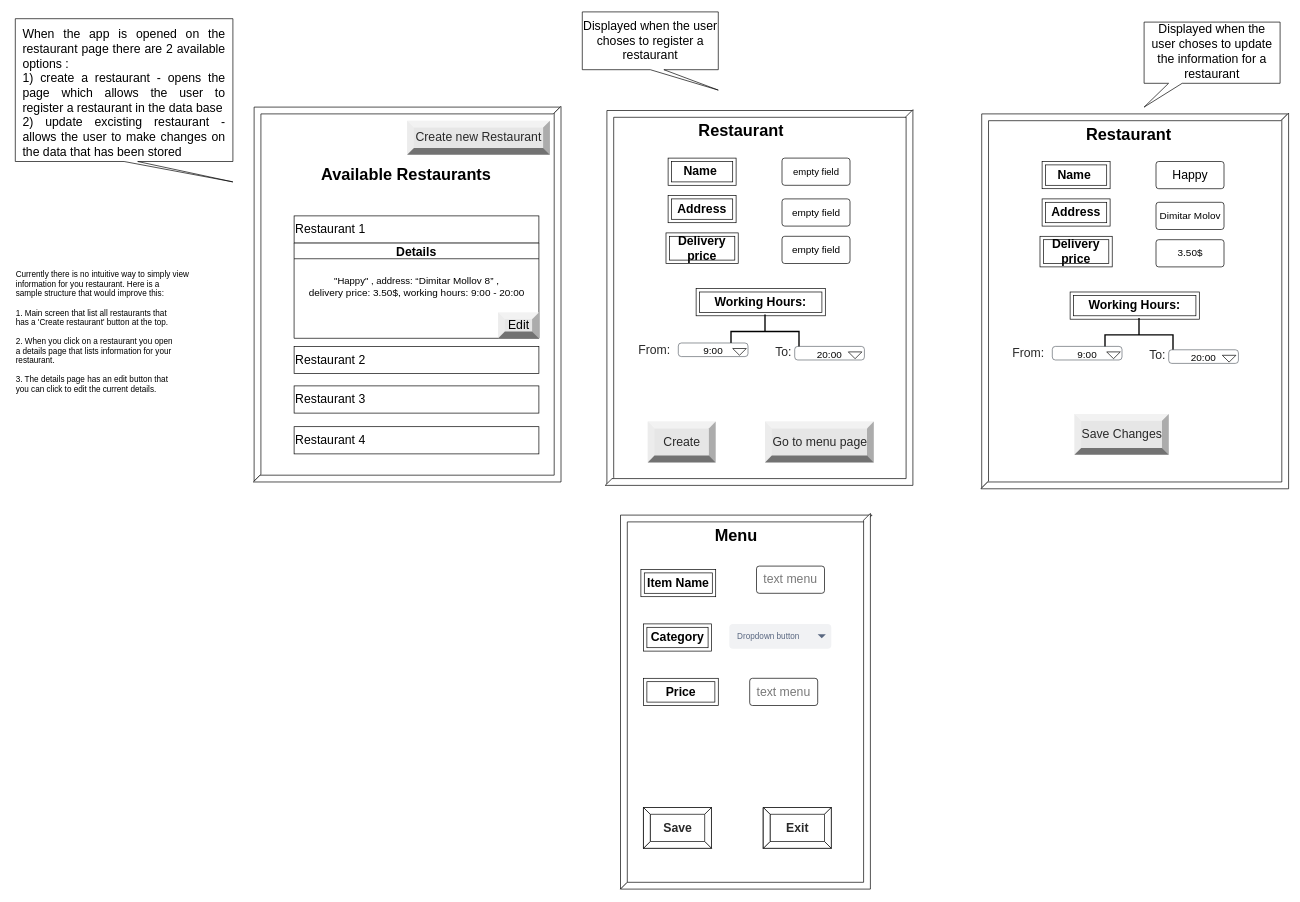
Uber-Summer-Practice-Sofia-2022/uber-summer-practice-docs-faq keeps this draw.io diagram as page "UI (Restaurant mangement)" (3 of 7) of docs/model+ui+endpoints.drawio. Above is the earlier version. Source tidied: cells renumbered, new cells numbered last; positions are measured from the earlier drawing's top-left corner, leaving out a move shared by most shapes. Both pictures are drawn from the tidied source at 68%, with x=0, y=0 at pixel (12, 12).
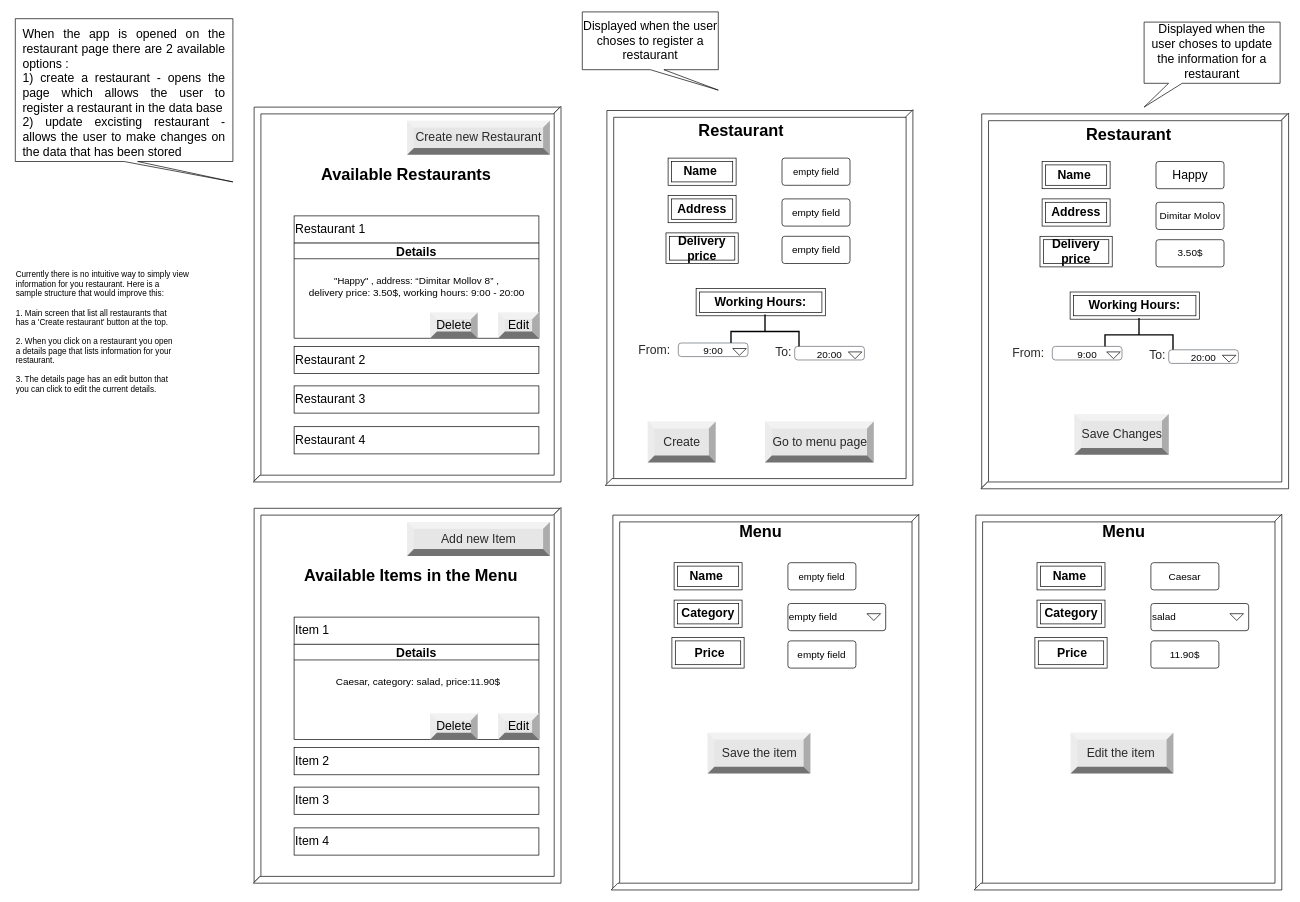
The same page after the edit.

Unchanged cells that the change refers to:
```xml
<mxCell id="25" value="Details" style="swimlane;fontSize=18;" parent="1" vertex="1">
  <mxGeometry x="415" y="340" width="360" height="140" as="geometry" />
</mxCell>
```

Change to the diagram source:
```diff
@@
-    <mxCell id="2" value="&lt;h1&gt;Menu&lt;/h1&gt;" style="text;html=1;strokeColor=none;fillColor=none;spacing=5;spacingTop=-20;whiteSpace=wrap;overflow=hidden;rounded=0;" parent="1" vertex="1">
-      <mxGeometry x="1028.8" y="750" width="190" height="120" as="geometry" />
-    </mxCell>
-    <mxCell id="3" value="&lt;b&gt;&lt;font style=&quot;font-size: 18px;&quot;&gt;Item Name&lt;/font&gt;&lt;/b&gt;" style="shape=ext;margin=3;double=1;whiteSpace=wrap;html=1;align=center;" parent="1" vertex="1">
-      <mxGeometry x="925" y="820" width="110" height="40" as="geometry" />
-    </mxCell>
-    <mxCell id="4" value="&lt;font color=&quot;#787878&quot;&gt;text menu&lt;/font&gt;" style="rounded=1;arcSize=10;whiteSpace=wrap;html=1;align=center;fontSize=18;" parent="1" vertex="1">
-      <mxGeometry x="1095" y="815" width="100" height="40" as="geometry" />
-    </mxCell>
-    <mxCell id="5" value="&lt;b&gt;&lt;font style=&quot;font-size: 18px;&quot;&gt;Category&lt;/font&gt;&lt;/b&gt;" style="shape=ext;margin=3;double=1;whiteSpace=wrap;html=1;align=center;" parent="1" vertex="1">
-      <mxGeometry x="928.8" y="900" width="100" height="40" as="geometry" />
-    </mxCell>
-    <mxCell id="6" value="&lt;font color=&quot;#292929&quot;&gt;&lt;b&gt;Save&lt;/b&gt;&lt;/font&gt;" style="labelPosition=center;verticalLabelPosition=middle;align=center;html=1;shape=mxgraph.basic.button;dx=10;fontSize=18;fontColor=#787878;" parent="1" vertex="1">
-      <mxGeometry x="928.8" y="1170" width="100" height="60" as="geometry" />
-    </mxCell>
-    <mxCell id="7" value="Dropdown button" style="rounded=1;fillColor=#F1F2F4;strokeColor=none;html=1;fontColor=#596780;align=left;fontSize=12;spacingLeft=10;sketch=0;" parent="1" vertex="1">
-      <mxGeometry x="1055" y="900" width="150" height="36.5" as="geometry" />
-    </mxCell>
-    <mxCell id="8" style="shape=triangle;direction=south;fillColor=#596780;strokeColor=none;html=1;sketch=0;fontSize=18;" parent="7" vertex="1">
-      <mxGeometry x="1" y="0.5" width="12" height="6" relative="1" as="geometry">
-        <mxPoint x="-20" y="-3" as="offset" />
-      </mxGeometry>
-    </mxCell>
-    <mxCell id="9" value="&lt;b&gt;&lt;font style=&quot;font-size: 18px;&quot;&gt;Price&lt;/font&gt;&lt;/b&gt;" style="shape=ext;margin=3;double=1;whiteSpace=wrap;html=1;align=center;" parent="1" vertex="1">
-      <mxGeometry x="928.8" y="980" width="110" height="40" as="geometry" />
-    </mxCell>
-    <mxCell id="10" value="&lt;font color=&quot;#787878&quot;&gt;text menu&lt;/font&gt;" style="rounded=1;arcSize=10;whiteSpace=wrap;html=1;align=center;fontSize=18;" parent="1" vertex="1">
-      <mxGeometry x="1085" y="980" width="100" height="40" as="geometry" />
-    </mxCell>
-    <mxCell id="11" value="&lt;font color=&quot;#292929&quot;&gt;&lt;b&gt;Exit&lt;/b&gt;&lt;/font&gt;" style="labelPosition=center;verticalLabelPosition=middle;align=center;html=1;shape=mxgraph.basic.button;dx=10;fontSize=18;fontColor=#787878;" parent="1" vertex="1">
-      <mxGeometry x="1105" y="1170" width="100" height="60" as="geometry" />
-    </mxCell>
-    <mxCell id="12" style="verticalLabelPosition=bottom;verticalAlign=top;html=1;shape=mxgraph.basic.frame_corner;dx=10;fontSize=18;fontColor=#292929;" parent="1" vertex="1">
-      <mxGeometry x="895" y="740" width="370" height="550" as="geometry" />
-    </mxCell>
-    <mxCell id="13" style="verticalLabelPosition=bottom;verticalAlign=top;html=1;shape=mxgraph.basic.frame_corner;dx=10;fontSize=18;fontColor=#292929;rotation=90;direction=south;" parent="1" vertex="1">
-      <mxGeometry x="802.5" y="830" width="552.5" height="367.5" as="geometry" />
-    </mxCell>
@@
+    <mxCell id="68" value="Delete" style="labelPosition=center;verticalLabelPosition=middle;align=center;html=1;shape=mxgraph.basic.shaded_button;dx=10;fillColor=#E6E6E6;strokeColor=none;fontSize=18;" parent="25" vertex="1">
+      <mxGeometry x="200" y="101.9" width="70" height="38.1" as="geometry" />
+    </mxCell>
@@
+    <mxCell id="69" style="verticalLabelPosition=bottom;verticalAlign=top;html=1;shape=mxgraph.basic.frame_corner;dx=10;fontSize=18;fontColor=#292929;" parent="1" vertex="1">
+      <mxGeometry x="356.2" y="730" width="450" height="550" as="geometry" />
+    </mxCell>
+    <mxCell id="70" style="verticalLabelPosition=bottom;verticalAlign=top;html=1;shape=mxgraph.basic.frame_corner;dx=10;fontSize=18;fontColor=#292929;rotation=90;direction=south;" parent="1" vertex="1">
+      <mxGeometry x="305" y="778.8" width="552.5" height="452.5" as="geometry" />
+    </mxCell>
+    <mxCell id="71" value="Add new Item" style="labelPosition=center;verticalLabelPosition=middle;align=center;html=1;shape=mxgraph.basic.shaded_button;dx=10;fillColor=#E6E6E6;strokeColor=none;fontSize=18;fontColor=#292929;" parent="1" vertex="1">
+      <mxGeometry x="581.2" y="750" width="210" height="50" as="geometry" />
+    </mxCell>
+    <mxCell id="72" value="&lt;h1&gt;Available Items in the Menu&lt;/h1&gt;" style="text;html=1;strokeColor=none;fillColor=none;spacing=5;spacingTop=-20;whiteSpace=wrap;overflow=hidden;rounded=0;" parent="1" vertex="1">
+      <mxGeometry x="425" y="810" width="330" height="40" as="geometry" />
+    </mxCell>
+    <mxCell id="73" value="&lt;span style=&quot;font-size: 18px;&quot;&gt;Item 1&lt;/span&gt;" style="whiteSpace=wrap;html=1;align=left;newEdgeStyle={&quot;edgeStyle&quot;:&quot;elbowEdgeStyle&quot;,&quot;startArrow&quot;:&quot;none&quot;,&quot;endArrow&quot;:&quot;none&quot;};fontSize=12;" parent="1" vertex="1">
+      <mxGeometry x="415" y="890" width="360" height="40" as="geometry" />
+    </mxCell>
+    <mxCell id="74" value="&lt;font style=&quot;font-size: 18px;&quot;&gt;Item 2&lt;/font&gt;" style="whiteSpace=wrap;html=1;align=left;newEdgeStyle={&quot;edgeStyle&quot;:&quot;elbowEdgeStyle&quot;,&quot;startArrow&quot;:&quot;none&quot;,&quot;endArrow&quot;:&quot;none&quot;};fontSize=12;" parent="1" vertex="1">
+      <mxGeometry x="415" y="1081.9" width="360" height="40" as="geometry" />
+    </mxCell>
+    <mxCell id="75" value="&lt;font style=&quot;font-size: 18px;&quot;&gt;Item 3&lt;/font&gt;" style="whiteSpace=wrap;html=1;align=left;newEdgeStyle={&quot;edgeStyle&quot;:&quot;elbowEdgeStyle&quot;,&quot;startArrow&quot;:&quot;none&quot;,&quot;endArrow&quot;:&quot;none&quot;};fontSize=12;" parent="1" vertex="1">
+      <mxGeometry x="415" y="1140" width="360" height="40" as="geometry" />
+    </mxCell>
+    <mxCell id="76" value="&lt;font style=&quot;font-size: 18px;&quot;&gt;Item 4&lt;/font&gt;" style="whiteSpace=wrap;html=1;align=left;newEdgeStyle={&quot;edgeStyle&quot;:&quot;elbowEdgeStyle&quot;,&quot;startArrow&quot;:&quot;none&quot;,&quot;endArrow&quot;:&quot;none&quot;};fontSize=12;" parent="1" vertex="1">
+      <mxGeometry x="415" y="1200" width="360" height="40" as="geometry" />
+    </mxCell>
+    <mxCell id="77" value="Details" style="swimlane;fontSize=18;" parent="1" vertex="1">
+      <mxGeometry x="415" y="930" width="360" height="140" as="geometry" />
+    </mxCell>
+    <mxCell id="78" value="Edit" style="labelPosition=center;verticalLabelPosition=middle;align=center;html=1;shape=mxgraph.basic.shaded_button;dx=10;fillColor=#E6E6E6;strokeColor=none;fontSize=18;" parent="77" vertex="1">
+      <mxGeometry x="300" y="101.9" width="60" height="38.1" as="geometry" />
+    </mxCell>
+    <mxCell id="79" value="&lt;span id=&quot;docs-internal-guid-0ec78fe0-7fff-4f33-53e7-db566b8ed72e&quot;&gt;&lt;p style=&quot;line-height:1.44;margin-top:0pt;margin-bottom:0pt;&quot; dir=&quot;ltr&quot;&gt;&lt;span style=&quot;font-size: 11pt; font-family: Arial; background-color: transparent; font-variant-numeric: normal; font-variant-east-asian: normal; vertical-align: baseline;&quot;&gt;&amp;nbsp;Caesar,&amp;nbsp;&lt;/span&gt;&lt;span style=&quot;background-color: transparent; font-family: Arial; font-size: 11pt;&quot;&gt;category: salad,&amp;nbsp;&lt;/span&gt;&lt;span style=&quot;background-color: transparent; font-family: Arial; font-size: 11pt;&quot;&gt;price:11.90$&lt;/span&gt;&lt;/p&gt;&lt;div&gt;&lt;span style=&quot;font-size: 11pt; font-family: Arial; background-color: transparent; font-variant-numeric: normal; font-variant-east-asian: normal; vertical-align: baseline;&quot;&gt;&lt;br&gt;&lt;/span&gt;&lt;/div&gt;&lt;/span&gt;" style="text;html=1;align=center;verticalAlign=middle;strokeColor=none;fillColor=none;fontSize=14;fontColor=#000000;" parent="77" vertex="1">
+      <mxGeometry x="45" y="40" width="270" height="50" as="geometry" />
+    </mxCell>
+    <mxCell id="80" value="Delete" style="labelPosition=center;verticalLabelPosition=middle;align=center;html=1;shape=mxgraph.basic.shaded_button;dx=10;fillColor=#E6E6E6;strokeColor=none;fontSize=18;" parent="77" vertex="1">
+      <mxGeometry x="200" y="101.9" width="70" height="38.1" as="geometry" />
+    </mxCell>
+    <mxCell id="81" value="&lt;h1&gt;Menu&lt;/h1&gt;" style="text;html=1;strokeColor=none;fillColor=none;spacing=5;spacingTop=-20;whiteSpace=wrap;overflow=hidden;rounded=0;" parent="1" vertex="1">
+      <mxGeometry x="1065" y="745" width="190" height="120" as="geometry" />
+    </mxCell>
+    <mxCell id="82" style="verticalLabelPosition=bottom;verticalAlign=top;html=1;shape=mxgraph.basic.frame_corner;dx=10;fontSize=18;fontColor=#292929;" parent="1" vertex="1">
+      <mxGeometry x="883.8" y="740" width="450" height="550" as="geometry" />
+    </mxCell>
+    <mxCell id="83" style="verticalLabelPosition=bottom;verticalAlign=top;html=1;shape=mxgraph.basic.frame_corner;dx=10;fontSize=18;fontColor=#292929;rotation=90;direction=south;" parent="1" vertex="1">
+      <mxGeometry x="831.2" y="788.8" width="552.5" height="452.5" as="geometry" />
+    </mxCell>
+    <mxCell id="84" value="Save the item" style="labelPosition=center;verticalLabelPosition=middle;align=center;html=1;shape=mxgraph.basic.shaded_button;dx=10;fillColor=#E6E6E6;strokeColor=none;fontSize=18;fontColor=#292929;" parent="1" vertex="1">
+      <mxGeometry x="1023.1" y="1060" width="151.2" height="60" as="geometry" />
+    </mxCell>
+    <mxCell id="85" value="&lt;font style=&quot;font-size: 14px;&quot;&gt;empty field&lt;/font&gt;" style="rounded=1;arcSize=10;whiteSpace=wrap;html=1;align=center;fontSize=18;" parent="1" vertex="1">
+      <mxGeometry x="1141.2" y="810" width="100" height="40" as="geometry" />
+    </mxCell>
+    <mxCell id="86" value="&lt;span style=&quot;font-size: 14.6667px;&quot; id=&quot;docs-internal-guid-691c780b-7fff-87bb-458b-9fc92f1c1fdc&quot;&gt;&lt;p style=&quot;line-height:1.44;margin-top:0pt;margin-bottom:0pt;&quot; dir=&quot;ltr&quot;&gt;&lt;font face=&quot;Arial&quot;&gt;empty field&lt;/font&gt;&lt;/p&gt;&lt;/span&gt;" style="rounded=1;arcSize=10;whiteSpace=wrap;html=1;align=left;fontSize=18;" parent="1" vertex="1">
+      <mxGeometry x="1141.2" y="870" width="143.8" height="40" as="geometry" />
+    </mxCell>
+    <mxCell id="87" value="&lt;span style=&quot;font-size: 14.6667px;&quot; id=&quot;docs-internal-guid-691c780b-7fff-87bb-458b-9fc92f1c1fdc&quot;&gt;&lt;p style=&quot;line-height:1.44;margin-top:0pt;margin-bottom:0pt;&quot; dir=&quot;ltr&quot;&gt;&lt;font face=&quot;Arial&quot;&gt;empty field&lt;/font&gt;&lt;/p&gt;&lt;/span&gt;" style="rounded=1;arcSize=10;whiteSpace=wrap;html=1;align=center;fontSize=18;" parent="1" vertex="1">
+      <mxGeometry x="1141.2" y="925" width="100" height="40" as="geometry" />
+    </mxCell>
+    <mxCell id="88" value="&lt;b&gt;&lt;font style=&quot;font-size: 18px;&quot;&gt;Name&amp;nbsp;&lt;/font&gt;&lt;/b&gt;" style="shape=ext;margin=3;double=1;whiteSpace=wrap;html=1;align=center;" parent="1" vertex="1">
+      <mxGeometry x="973.8" y="810" width="100" height="40" as="geometry" />
+    </mxCell>
+    <mxCell id="89" value="&lt;span style=&quot;font-size: 18px;&quot;&gt;&lt;b&gt;Category&lt;/b&gt;&lt;/span&gt;" style="shape=ext;margin=3;double=1;whiteSpace=wrap;html=1;align=center;" parent="1" vertex="1">
+      <mxGeometry x="973.8" y="865" width="100" height="40" as="geometry" />
+    </mxCell>
+    <mxCell id="90" value="&lt;span style=&quot;font-size: 18px;&quot;&gt;&lt;b&gt;&amp;nbsp;Price&lt;/b&gt;&lt;/span&gt;" style="shape=ext;margin=3;double=1;whiteSpace=wrap;html=1;align=center;" parent="1" vertex="1">
+      <mxGeometry x="970.6" y="920" width="106.2" height="45" as="geometry" />
+    </mxCell>
+    <mxCell id="91" style="triangle;whiteSpace=wrap;html=1;fontSize=18;fontColor=#292929;rotation=90;" parent="1" vertex="1">
+      <mxGeometry x="1262.5" y="880" width="10" height="20" as="geometry" />
+    </mxCell>
+    <mxCell id="92" value="&lt;h1&gt;Menu&lt;/h1&gt;" style="text;html=1;strokeColor=none;fillColor=none;spacing=5;spacingTop=-20;whiteSpace=wrap;overflow=hidden;rounded=0;" parent="1" vertex="1">
+      <mxGeometry x="1598.8" y="745" width="190" height="120" as="geometry" />
+    </mxCell>
+    <mxCell id="93" style="verticalLabelPosition=bottom;verticalAlign=top;html=1;shape=mxgraph.basic.frame_corner;dx=10;fontSize=18;fontColor=#292929;" parent="1" vertex="1">
+      <mxGeometry x="1417.5" y="740" width="450" height="550" as="geometry" />
+    </mxCell>
+    <mxCell id="94" style="verticalLabelPosition=bottom;verticalAlign=top;html=1;shape=mxgraph.basic.frame_corner;dx=10;fontSize=18;fontColor=#292929;rotation=90;direction=south;" parent="1" vertex="1">
+      <mxGeometry x="1365" y="788.8" width="552.5" height="452.5" as="geometry" />
+    </mxCell>
+    <mxCell id="95" value="Edit the item&amp;nbsp;" style="labelPosition=center;verticalLabelPosition=middle;align=center;html=1;shape=mxgraph.basic.shaded_button;dx=10;fillColor=#E6E6E6;strokeColor=none;fontSize=18;fontColor=#292929;" parent="1" vertex="1">
+      <mxGeometry x="1556.9" y="1060" width="151.2" height="60" as="geometry" />
+    </mxCell>
+    <mxCell id="96" value="&lt;span style=&quot;font-family: Arial; font-size: 14.6667px;&quot;&gt;Caesar&lt;/span&gt;" style="rounded=1;arcSize=10;whiteSpace=wrap;html=1;align=center;fontSize=18;" parent="1" vertex="1">
+      <mxGeometry x="1675" y="810" width="100" height="40" as="geometry" />
+    </mxCell>
+    <mxCell id="97" value="&lt;span style=&quot;font-size: 14.6667px;&quot; id=&quot;docs-internal-guid-691c780b-7fff-87bb-458b-9fc92f1c1fdc&quot;&gt;&lt;p style=&quot;line-height:1.44;margin-top:0pt;margin-bottom:0pt;&quot; dir=&quot;ltr&quot;&gt;&lt;span style=&quot;font-family: Arial; text-align: center;&quot;&gt;salad&lt;/span&gt;&lt;br&gt;&lt;/p&gt;&lt;/span&gt;" style="rounded=1;arcSize=10;whiteSpace=wrap;html=1;align=left;fontSize=18;" parent="1" vertex="1">
+      <mxGeometry x="1675" y="870" width="143.8" height="40" as="geometry" />
+    </mxCell>
+    <mxCell id="98" value="&lt;span style=&quot;font-size: 14.6667px;&quot; id=&quot;docs-internal-guid-691c780b-7fff-87bb-458b-9fc92f1c1fdc&quot;&gt;&lt;p style=&quot;line-height:1.44;margin-top:0pt;margin-bottom:0pt;&quot; dir=&quot;ltr&quot;&gt;&lt;span id=&quot;docs-internal-guid-d78cc63b-7fff-2a4e-5a87-6923f0f2308c&quot;&gt;&lt;span style=&quot;font-size: 11pt; font-family: Arial; background-color: transparent; font-variant-numeric: normal; font-variant-east-asian: normal; vertical-align: baseline;&quot;&gt;11.90$&lt;/span&gt;&lt;/span&gt;&lt;br&gt;&lt;/p&gt;&lt;/span&gt;" style="rounded=1;arcSize=10;whiteSpace=wrap;html=1;align=center;fontSize=18;" parent="1" vertex="1">
+      <mxGeometry x="1675" y="925" width="100" height="40" as="geometry" />
+    </mxCell>
+    <mxCell id="99" value="&lt;b&gt;&lt;font style=&quot;font-size: 18px;&quot;&gt;Name&amp;nbsp;&lt;/font&gt;&lt;/b&gt;" style="shape=ext;margin=3;double=1;whiteSpace=wrap;html=1;align=center;" parent="1" vertex="1">
+      <mxGeometry x="1507.5" y="810" width="100" height="40" as="geometry" />
+    </mxCell>
+    <mxCell id="100" value="&lt;span style=&quot;font-size: 18px;&quot;&gt;&lt;b&gt;Category&lt;/b&gt;&lt;/span&gt;" style="shape=ext;margin=3;double=1;whiteSpace=wrap;html=1;align=center;" parent="1" vertex="1">
+      <mxGeometry x="1507.5" y="865" width="100" height="40" as="geometry" />
+    </mxCell>
+    <mxCell id="101" value="&lt;span style=&quot;font-size: 18px;&quot;&gt;&lt;b&gt;&amp;nbsp;Price&lt;/b&gt;&lt;/span&gt;" style="shape=ext;margin=3;double=1;whiteSpace=wrap;html=1;align=center;" parent="1" vertex="1">
+      <mxGeometry x="1504.4" y="920" width="106.2" height="45" as="geometry" />
+    </mxCell>
+    <mxCell id="102" style="triangle;whiteSpace=wrap;html=1;fontSize=18;fontColor=#292929;rotation=90;" parent="1" vertex="1">
+      <mxGeometry x="1796.2" y="880" width="10" height="20" as="geometry" />
+    </mxCell>
```
